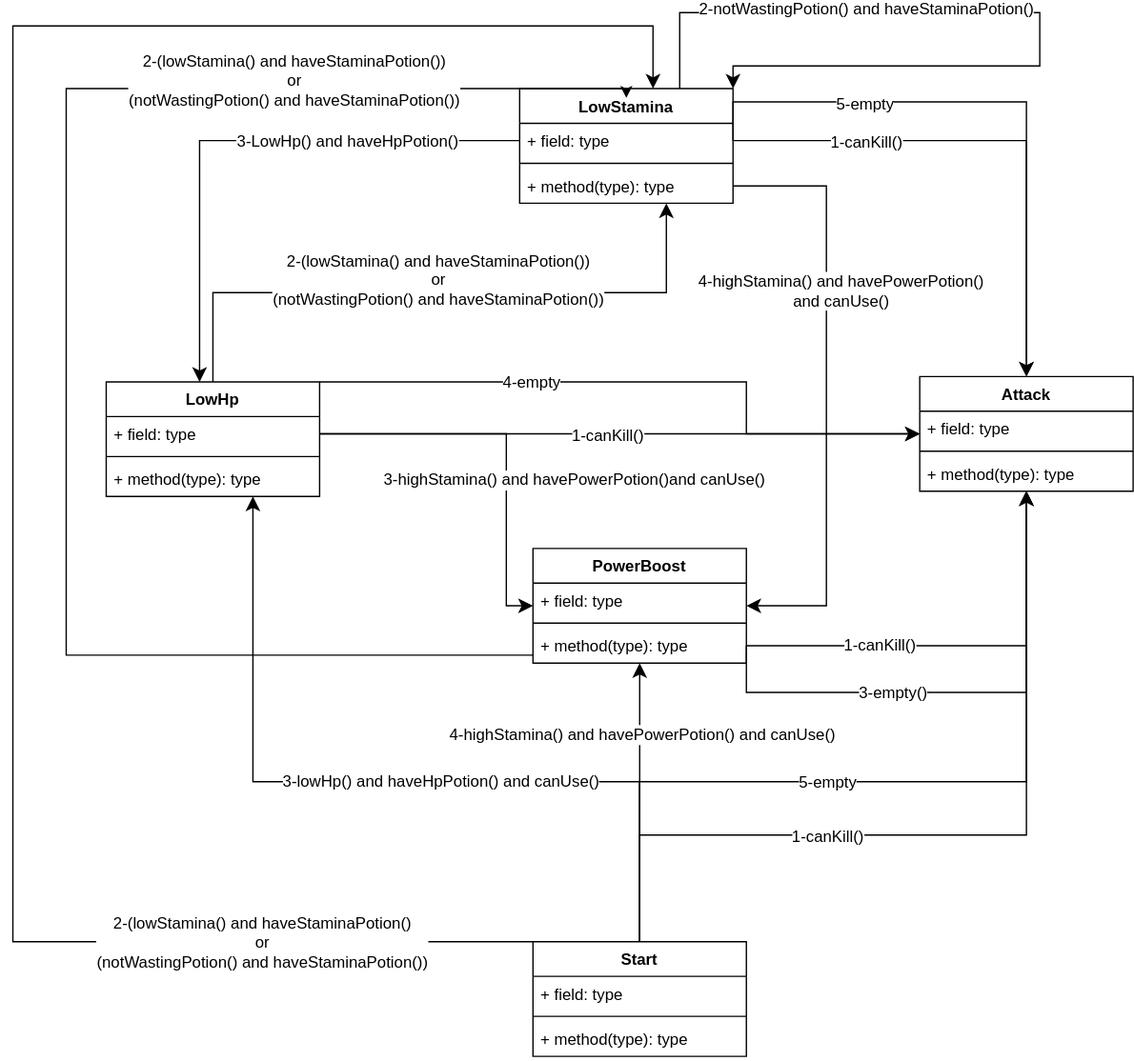
Above: Umls/fsm.drawio.svg in amir-samiee/iustz (draw.io), before the change. Source tidied: cells renumbered, new cells last; positions are measured from the earlier drawing's top-left corner, leaving out a move shared by most shapes.
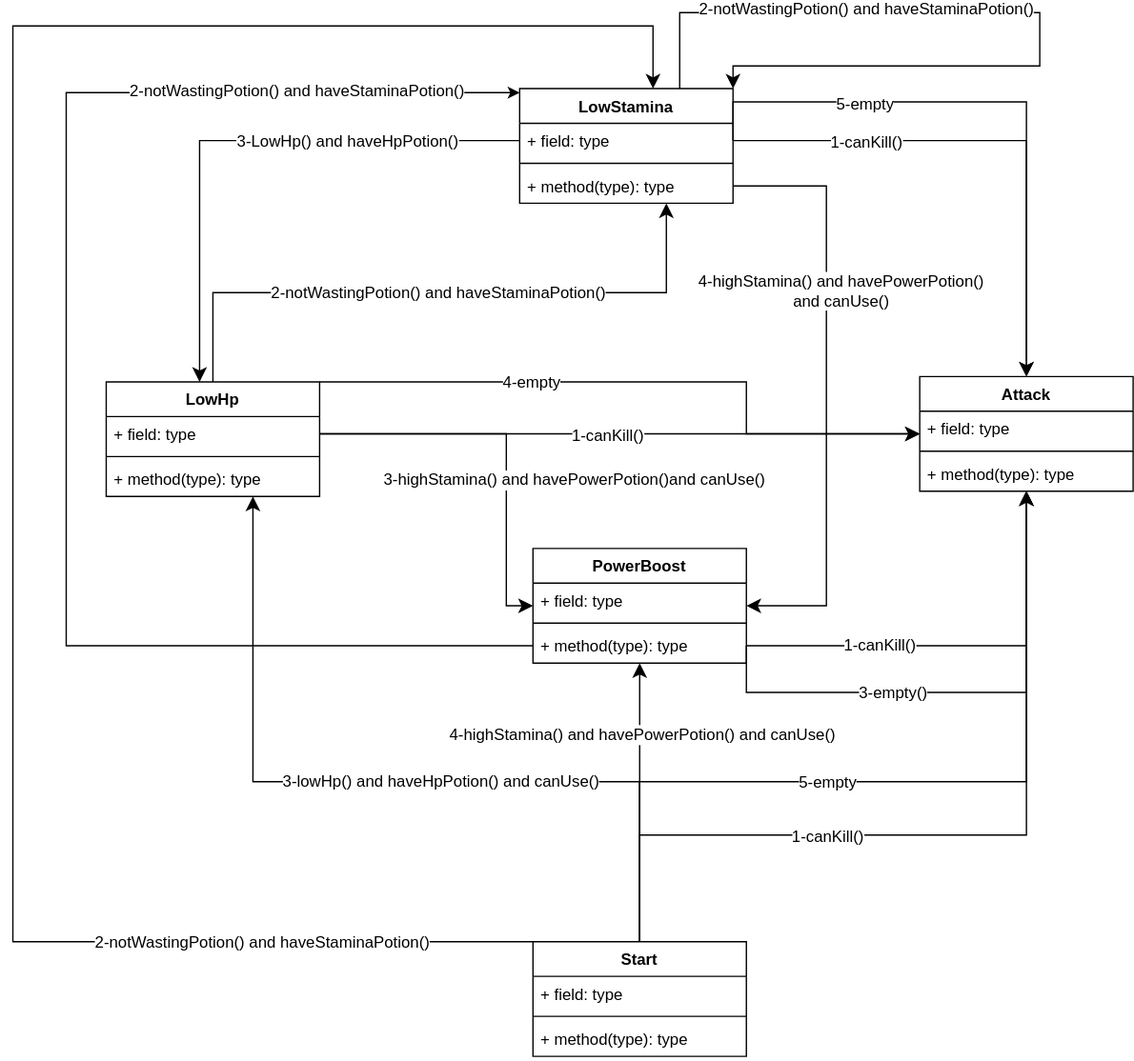
The same file after the commit.

Commit message:
updating fsm uml

What changed in the source:
```diff
@@ -10,9 +10,9 @@
         </Array>
       </mxGeometry>
     </mxCell>
-    <mxCell id="3" value="&lt;div&gt;2-(lowStamina() and haveStaminaPotion())&lt;/div&gt;&lt;div&gt;or&lt;/div&gt;&lt;div&gt;(notWastingPotion() and haveStaminaPotion())&lt;/div&gt;" style="edgeLabel;html=1;align=center;verticalAlign=middle;fontSize=12;" parent="2" vertex="1">
+    <mxCell id="3" value="2-notWastingPotion() and haveStaminaPotion()" style="edgeLabel;html=1;align=center;verticalAlign=middle;fontSize=12;" parent="2" vertex="1">
       <mxGeometry x="0.06" y="4" relative="1" as="geometry">
-        <mxPoint x="-16" y="-6" as="offset" />
+        <mxPoint x="-16" y="4" as="offset" />
       </mxGeometry>
     </mxCell>
     <mxCell id="4" style="edgeStyle=orthogonalEdgeStyle;rounded=0;jettySize=auto;html=1;exitX=1;exitY=0;exitDx=0;exitDy=0;fontSize=12;startSize=8;endSize=8;" parent="1" edge="1" source="6" target="14">
@@ -126,7 +126,7 @@
         </Array>
       </mxGeometry>
     </mxCell>
-    <mxCell id="31" value="2-(lowStamina() and haveStaminaPotion()&lt;br&gt;or&lt;div&gt;(notWastingPotion() and haveStaminaPotion())&lt;/div&gt;" style="edgeLabel;html=1;align=center;verticalAlign=middle;fontSize=12;" parent="30" vertex="1">
+    <mxCell id="31" value="2-notWastingPotion() and haveStaminaPotion()" style="edgeLabel;html=1;align=center;verticalAlign=middle;fontSize=12;" parent="30" vertex="1">
       <mxGeometry x="-0.73" y="-3" relative="1" as="geometry">
         <mxPoint x="-73" y="3" as="offset" />
       </mxGeometry>
@@ -223,22 +223,6 @@
     <mxCell id="51" value="&lt;span style=&quot;font-size: 12px;&quot;&gt;1-canKill()&lt;/span&gt;" style="edgeLabel;html=1;align=center;verticalAlign=middle;" parent="50" vertex="1">
       <mxGeometry x="-0.39" y="1" relative="1" as="geometry" />
     </mxCell>
-    <mxCell id="52" style="edgeStyle=orthogonalEdgeStyle;rounded=0;orthogonalLoop=1;jettySize=auto;html=1;exitX=0;exitY=0.5;exitDx=0;exitDy=0;" parent="1" edge="1">
-      <mxGeometry relative="1" as="geometry">
-        <mxPoint x="390" y="482" as="sourcePoint" />
-        <mxPoint x="460" y="64" as="targetPoint" />
-        <Array as="points">
-          <mxPoint x="40" y="482" />
-          <mxPoint x="40" y="57" />
-          <mxPoint x="460" y="57" />
-        </Array>
-      </mxGeometry>
-    </mxCell>
-    <mxCell id="53" value="&lt;span style=&quot;font-size: 12px;&quot;&gt;2-(lowStamina() and haveStaminaPotion())&lt;/span&gt;&lt;br style=&quot;font-size: 12px;&quot;&gt;&lt;span style=&quot;font-size: 12px;&quot;&gt;or&lt;/span&gt;&lt;div style=&quot;font-size: 12px;&quot;&gt;(notWastingPotion() and haveStaminaPotion())&lt;/div&gt;" style="edgeLabel;html=1;align=center;verticalAlign=middle;" parent="52" vertex="1">
-      <mxGeometry x="0.69" y="-1" relative="1" as="geometry">
-        <mxPoint x="-72" y="-8" as="offset" />
-      </mxGeometry>
-    </mxCell>
     <mxCell id="54" style="edgeStyle=orthogonalEdgeStyle;rounded=0;orthogonalLoop=1;jettySize=auto;html=1;exitX=0.75;exitY=0;exitDx=0;exitDy=0;entryX=1;entryY=0;entryDx=0;entryDy=0;fontSize=12;startSize=8;endSize=8;" parent="1" edge="1" source="18" target="18">
       <mxGeometry relative="1" as="geometry">
         <Array as="points">
@@ -252,5 +236,16 @@
     <mxCell id="55" value="&lt;div&gt;2-notWastingPotion() and haveStaminaPotion()&lt;/div&gt;" style="edgeLabel;html=1;align=center;verticalAlign=middle;fontSize=12;" parent="54" vertex="1">
       <mxGeometry x="-0.36" y="3" relative="1" as="geometry" />
     </mxCell>
+    <mxCell id="56" style="edgeStyle=orthogonalEdgeStyle;rounded=0;jettySize=auto;html=1;exitX=0;exitY=0.5;exitDx=0;exitDy=0;" parent="1" edge="1" source="13" target="18">
+      <mxGeometry relative="1" as="geometry">
+        <Array as="points">
+          <mxPoint x="40" y="475" />
+          <mxPoint x="40" y="60" />
+        </Array>
+      </mxGeometry>
+    </mxCell>
+    <mxCell id="57" value="&lt;span style=&quot;font-size: 12px;&quot;&gt;2-notWastingPotion() and haveStaminaPotion()&lt;/span&gt;" style="edgeLabel;html=1;align=center;verticalAlign=middle;" parent="56" vertex="1">
+      <mxGeometry x="0.7" y="2" relative="1" as="geometry" />
+    </mxCell>
   </root>
 </mxGraphModel>
```
